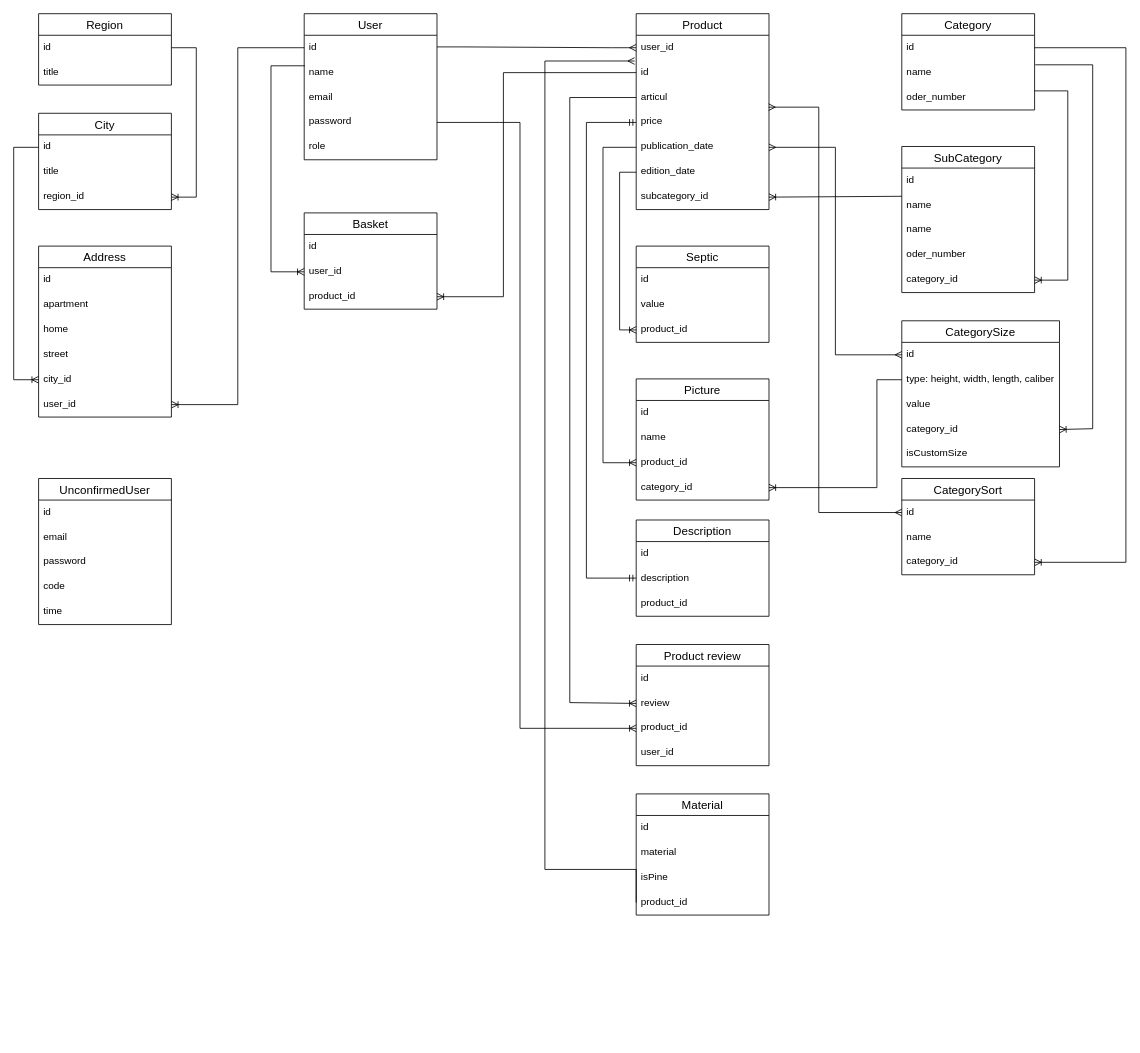
Before: lesopilka.drawio in alexeyk500/lesopilka_backend, a draw.io diagram. Source tidied: cells renumbered, new cells numbered last; positions are measured from the earlier drawing's top-left corner, leaving out a move shared by most shapes. Both pictures are drawn from the tidied source at 83%, with x=0, y=0 at pixel (13, 13).
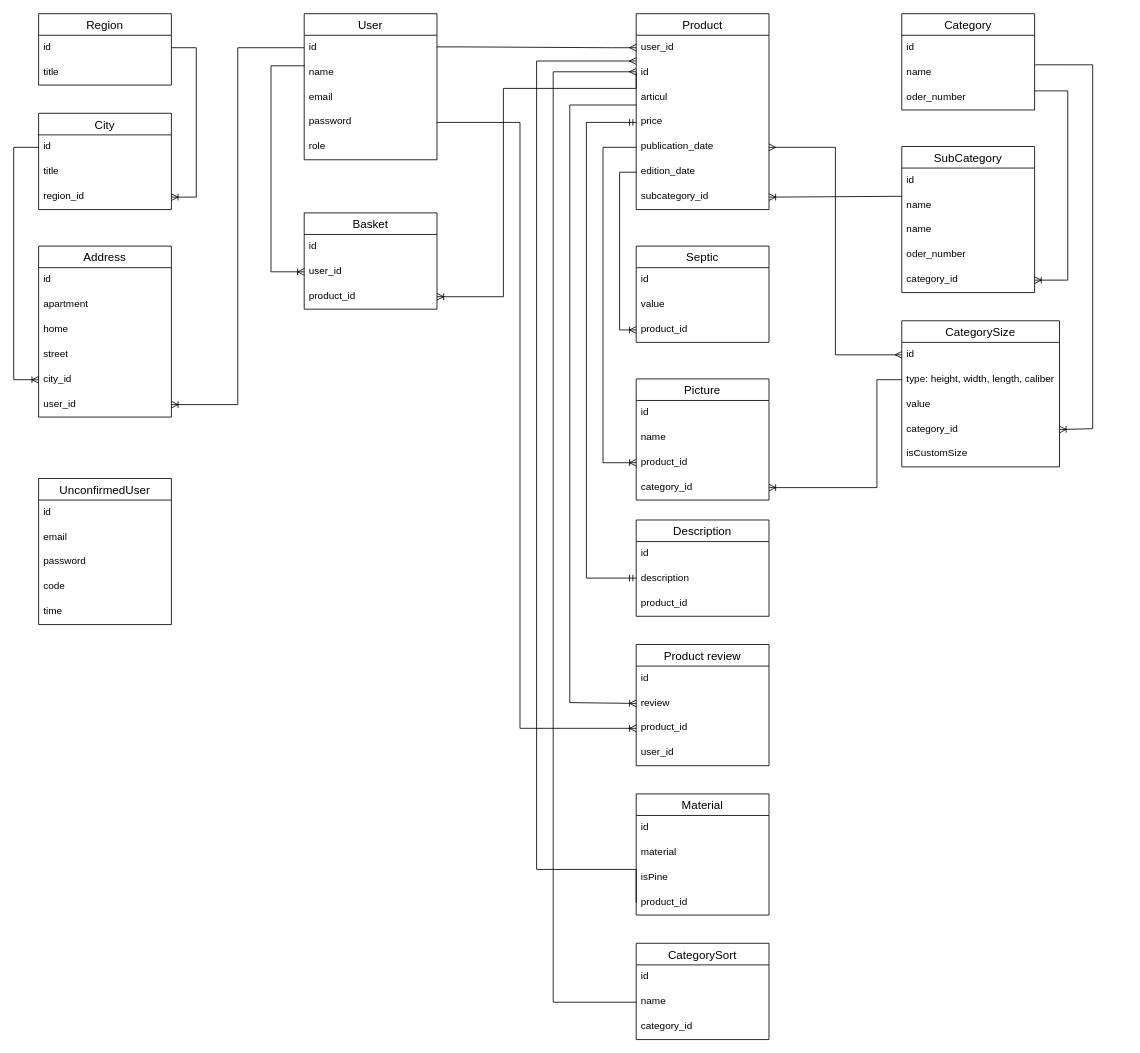
Above is the later version.

Unchanged cells that the change refers to:
```xml
<mxCell id="26" value="product_id" style="text;strokeColor=none;fillColor=none;spacingLeft=4;spacingRight=4;overflow=hidden;points=[[0,0.5],[1,0.5]];portConstraint=eastwest;fontSize=12;" parent="23" vertex="1">
  <mxGeometry y="86" width="160" height="30" as="geometry" />
</mxCell>
<mxCell id="30" value="id" style="text;strokeColor=none;fillColor=none;spacingLeft=4;spacingRight=4;overflow=hidden;points=[[0,0.5],[1,0.5]];portConstraint=eastwest;fontSize=12;" parent="28" vertex="1">
  <mxGeometry y="56" width="160" height="30" as="geometry" />
</mxCell>
<mxCell id="31" value="articul" style="text;strokeColor=none;fillColor=none;spacingLeft=4;spacingRight=4;overflow=hidden;points=[[0,0.5],[1,0.5]];portConstraint=eastwest;fontSize=12;" parent="28" vertex="1">
  <mxGeometry y="86" width="160" height="30" as="geometry" />
</mxCell>
<mxCell id="37" value="id" style="text;strokeColor=none;fillColor=none;spacingLeft=4;spacingRight=4;overflow=hidden;points=[[0,0.5],[1,0.5]];portConstraint=eastwest;fontSize=12;" parent="36" vertex="1">
  <mxGeometry y="26" width="160" height="30" as="geometry" />
</mxCell>
<mxCell id="55" value="review" style="text;strokeColor=none;fillColor=none;spacingLeft=4;spacingRight=4;overflow=hidden;points=[[0,0.5],[1,0.5]];portConstraint=eastwest;fontSize=12;" parent="53" vertex="1">
  <mxGeometry y="56" width="160" height="30" as="geometry" />
</mxCell>
<mxCell id="74" value="id" style="text;strokeColor=none;fillColor=none;spacingLeft=4;spacingRight=4;overflow=hidden;points=[[0,0.5],[1,0.5]];portConstraint=eastwest;fontSize=12;" parent="73" vertex="1">
  <mxGeometry y="26" width="160" height="30" as="geometry" />
</mxCell>
<mxCell id="75" value="name" style="text;strokeColor=none;fillColor=none;spacingLeft=4;spacingRight=4;overflow=hidden;points=[[0,0.5],[1,0.5]];portConstraint=eastwest;fontSize=12;" parent="73" vertex="1">
  <mxGeometry y="56" width="160" height="30" as="geometry" />
</mxCell>
<mxCell id="76" value="category_id" style="text;strokeColor=none;fillColor=none;spacingLeft=4;spacingRight=4;overflow=hidden;points=[[0,0.5],[1,0.5]];portConstraint=eastwest;fontSize=12;" parent="73" vertex="1">
  <mxGeometry y="86" width="160" height="30" as="geometry" />
</mxCell>
<mxCell id="100" value="product_id" style="text;strokeColor=none;fillColor=none;spacingLeft=4;spacingRight=4;overflow=hidden;points=[[0,0.5],[1,0.5]];portConstraint=eastwest;fontSize=12;" parent="96" vertex="1">
  <mxGeometry y="116" width="160" height="30" as="geometry" />
</mxCell>
```

Diff of the diagram source:
```diff
@@
     <mxCell id="40" style="edgeStyle=orthogonalEdgeStyle;fontSize=12;html=1;endArrow=ERoneToMany;rounded=0;fontFamily=Helvetica;fontColor=default;entryX=1;entryY=0.5;entryDx=0;entryDy=0;exitX=0;exitY=0.5;exitDx=0;exitDy=0;" parent="1" edge="1" source="30" target="26">
       <mxGeometry relative="1" as="geometry">
         <Array as="points">
-          <mxPoint x="590" y="71" />
+          <mxPoint x="750" y="90" />
+          <mxPoint x="590" y="90" />
           <mxPoint x="590" y="341" />
         </Array>
       </mxGeometry>
     </mxCell>
@@
     <mxCell id="58" style="edgeStyle=orthogonalEdgeStyle;fontSize=12;html=1;endArrow=ERoneToMany;rounded=0;fontFamily=Helvetica;fontColor=default;entryX=0;entryY=0.5;entryDx=0;entryDy=0;" parent="1" edge="1" source="31" target="55">
       <mxGeometry relative="1" as="geometry">
         <Array as="points">
-          <mxPoint x="670" y="101" />
+          <mxPoint x="670" y="110" />
           <mxPoint x="670" y="830" />
         </Array>
       </mxGeometry>
     </mxCell>
@@
     <mxCell id="73" value="CategorySort" style="swimlane;fontStyle=0;horizontal=1;startSize=26;align=center;fontSize=14;" parent="1" vertex="1">
-      <mxGeometry x="1070" y="560" width="160" height="116" as="geometry" />
+      <mxGeometry x="750" y="1120" width="160" height="116" as="geometry" />
     </mxCell>
@@
-    <mxCell id="77" style="edgeStyle=orthogonalEdgeStyle;fontSize=12;html=1;endArrow=ERoneToMany;rounded=0;fontFamily=Helvetica;fontColor=default;" parent="1" edge="1" source="37" target="76">
-      <mxGeometry relative="1" as="geometry">
-        <Array as="points">
-          <mxPoint x="1340" y="41" />
-          <mxPoint x="1340" y="661" />
-        </Array>
-      </mxGeometry>
-    </mxCell>
@@
-    <mxCell id="85" style="edgeStyle=orthogonalEdgeStyle;fontSize=12;html=1;endArrow=ERmany;startArrow=ERmany;rounded=0;fontFamily=Helvetica;fontColor=default;exitX=0.997;exitY=0.887;exitDx=0;exitDy=0;exitPerimeter=0;" parent="1" edge="1" source="31" target="74">
-      <mxGeometry relative="1" as="geometry">
-        <Array as="points">
-          <mxPoint x="970" y="113" />
-          <mxPoint x="970" y="601" />
-        </Array>
-      </mxGeometry>
-    </mxCell>
@@
-    <mxCell id="101" style="edgeStyle=orthogonalEdgeStyle;fontSize=12;html=1;endArrow=ERmany;rounded=0;fontFamily=Helvetica;fontColor=default;entryX=-0.012;entryY=0.033;entryDx=0;entryDy=0;entryPerimeter=0;exitX=0;exitY=0.5;exitDx=0;exitDy=0;" parent="1" edge="1" source="100" target="30">
+    <mxCell id="101" style="edgeStyle=orthogonalEdgeStyle;fontSize=12;html=1;endArrow=ERmany;rounded=0;fontFamily=Helvetica;fontColor=default;exitX=0;exitY=0.5;exitDx=0;exitDy=0;" parent="1" edge="1" source="100">
       <mxGeometry relative="1" as="geometry">
+        <mxPoint x="750" y="57" as="targetPoint" />
         <Array as="points">
-          <mxPoint x="640" y="1031" />
-          <mxPoint x="640" y="57" />
+          <mxPoint x="750" y="1031" />
+          <mxPoint x="630" y="1031" />
+          <mxPoint x="630" y="57" />
         </Array>
       </mxGeometry>
     </mxCell>
+    <mxCell id="102" style="edgeStyle=orthogonalEdgeStyle;fontSize=12;html=1;endArrow=ERmany;rounded=0;fontFamily=Helvetica;fontColor=default;exitX=0;exitY=0.5;exitDx=0;exitDy=0;" parent="1" edge="1" source="75">
+      <mxGeometry relative="1" as="geometry">
+        <mxPoint x="750" y="70" as="targetPoint" />
+        <Array as="points">
+          <mxPoint x="650" y="1191" />
+          <mxPoint x="650" y="70" />
+          <mxPoint x="750" y="70" />
+        </Array>
+      </mxGeometry>
+    </mxCell>
```
